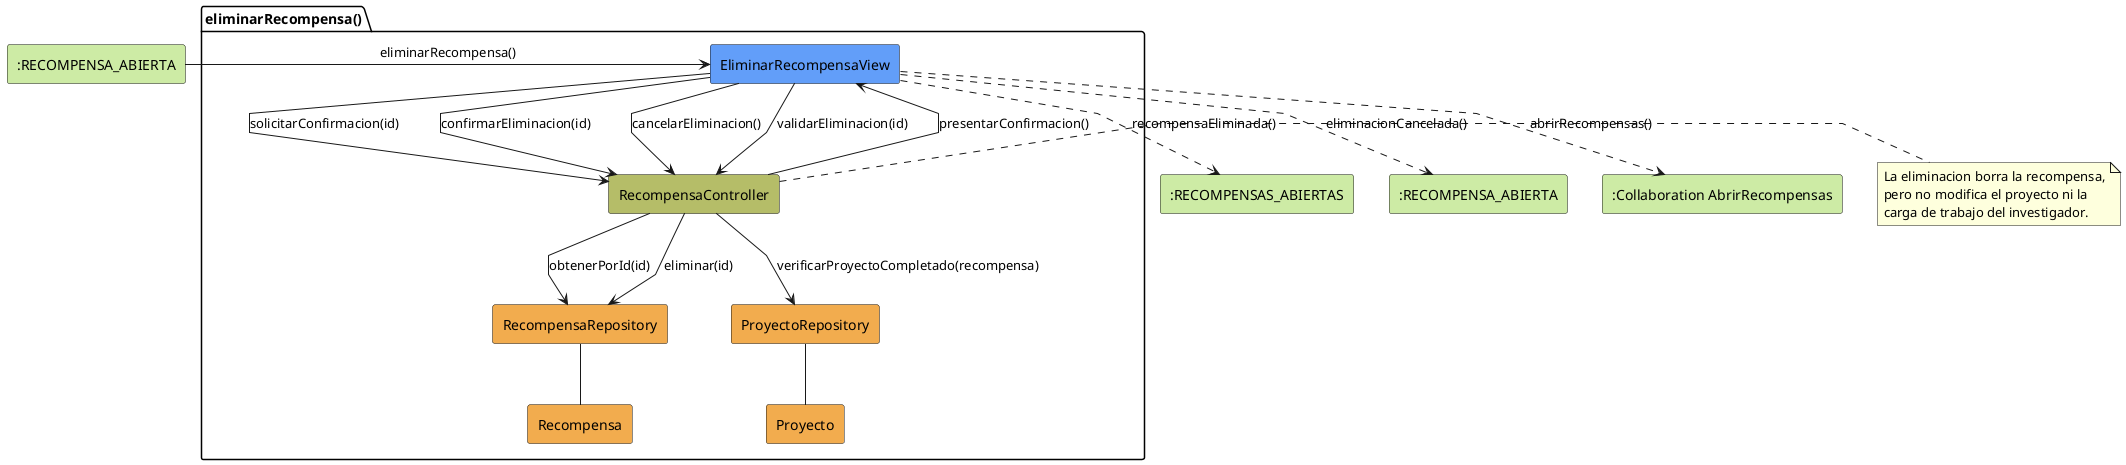
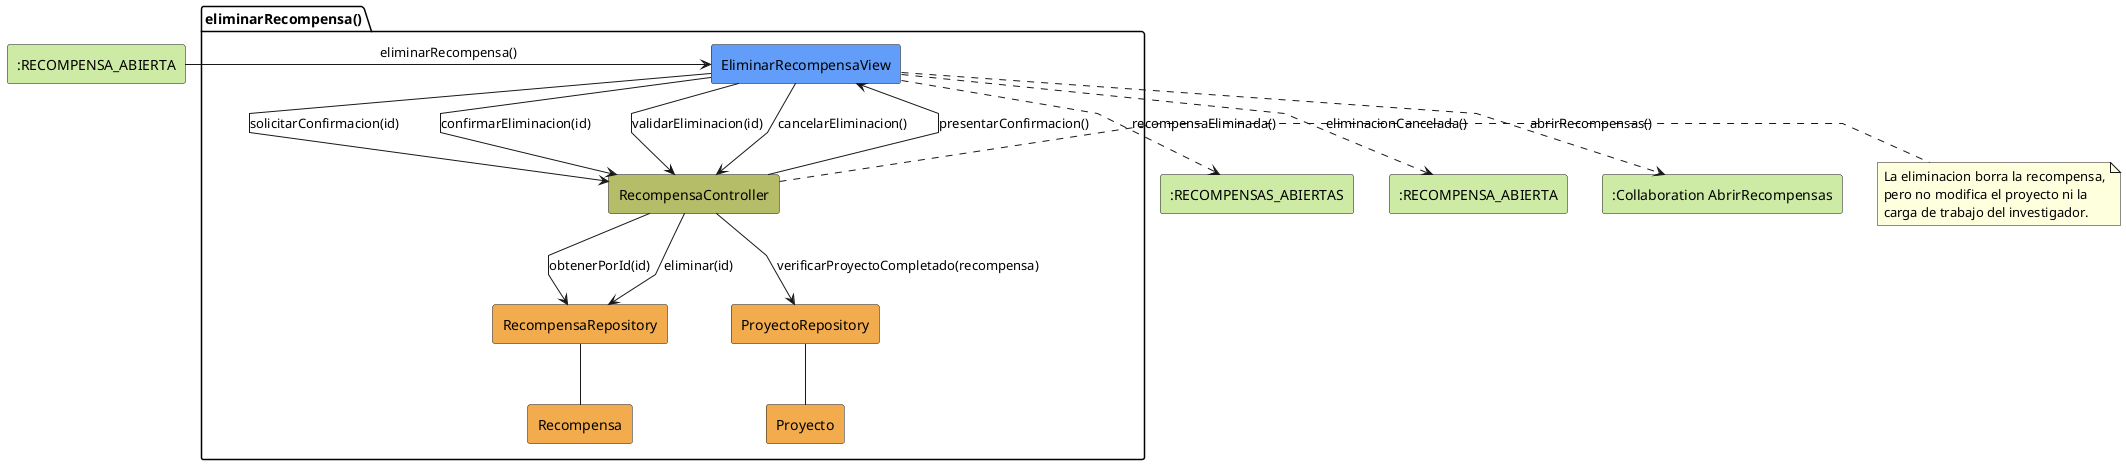
@startuml eliminarRecompensa-analisis
skinparam linetype polyline

rectangle #CDEBA5 ":RECOMPENSA_ABIERTA" as EstadoEntrada
package eliminarRecompensa as "eliminarRecompensa()" {
    rectangle #629EF9 EliminarRecompensaView
    rectangle #b5bd68 RecompensaController
    rectangle #F2AC4E RecompensaRepository
    rectangle #F2AC4E ProyectoRepository
    rectangle #F2AC4E Recompensa
    rectangle #F2AC4E Proyecto
}

rectangle #CDEBA5 ":RECOMPENSAS_ABIERTAS" as EstadoSalidaExitosa
rectangle #CDEBA5 ":RECOMPENSA_ABIERTA" as EstadoSalidaCancelada
rectangle #CDEBA5 ":Collaboration AbrirRecompensas" as AbrirRecompensas

EstadoEntrada -r-> EliminarRecompensaView: eliminarRecompensa()

EliminarRecompensaView -d-> RecompensaController: solicitarConfirmacion(id)
RecompensaController --> EliminarRecompensaView: presentarConfirmacion()
EliminarRecompensaView --> RecompensaController: confirmarEliminacion(id)
- EliminarRecompensaView --> RecompensaController: cancelarEliminacion()
EliminarRecompensaView --> RecompensaController: validarEliminacion(id)
RecompensaController --> RecompensaRepository: obtenerPorId(id)
RecompensaController --> ProyectoRepository: verificarProyectoCompletado(recompensa)
RecompensaController --> RecompensaRepository: eliminar(id)
+ EliminarRecompensaView --> RecompensaController: cancelarEliminacion()
RecompensaRepository -- Recompensa
ProyectoRepository -- Proyecto
note right of RecompensaController
La eliminacion borra la recompensa,
pero no modifica el proyecto ni la
carga de trabajo del investigador.
end note
EliminarRecompensaView ..> EstadoSalidaExitosa: recompensaEliminada()
EliminarRecompensaView ..> EstadoSalidaCancelada: eliminacionCancelada()
EliminarRecompensaView ..> AbrirRecompensas: abrirRecompensas()

@enduml
